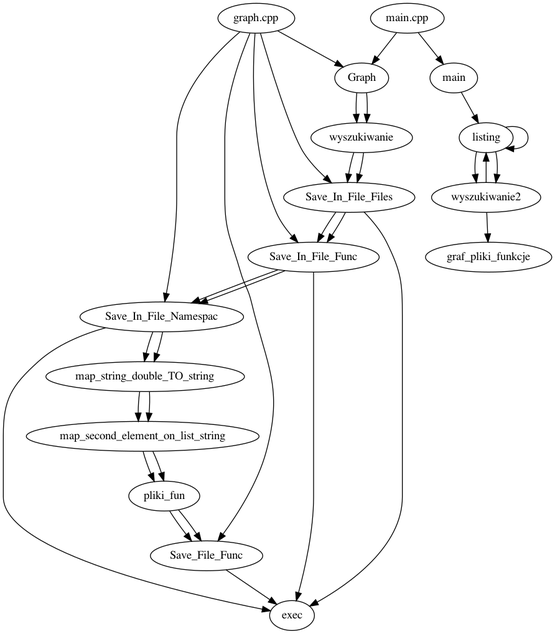
Earlier version of the Graphviz export folder/pliki_funkcje.dot.png (ZychDev/Zak_Io_Project). Its source is kept beside it as folder/pliki_funkcje.dot.
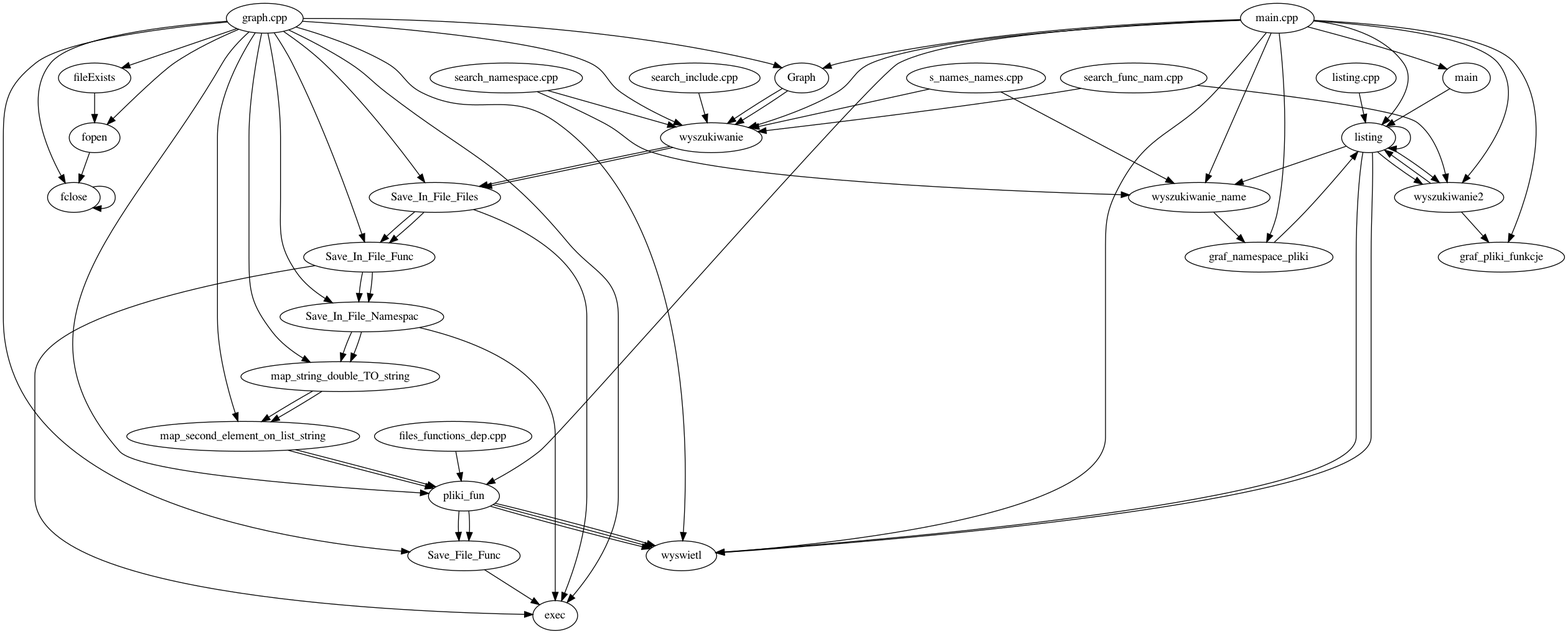
After the commit.

Change to the diagram source:
```diff
@@ -1,10 +1,36 @@
 digraph files_graph
 {
-"graph.cpp"->"Graph"
+"files_functions_dep.cpp"->"pliki_fun"
+->"wyswietl""graph.cpp"->"Graph"
 ->"wyszukiwanie"->"Save_In_File_Files"->"Save_In_File_Func"->"Save_In_File_Namespac"->"map_string_double_TO_string"->"map_second_element_on_list_string"->"pliki_fun"->"Save_File_Func""graph.cpp"->"Save_File_Func"
 ->"exec""graph.cpp"->"Save_In_File_Files"
 ->"exec""graph.cpp"->"Save_In_File_Func"
 ->"exec""graph.cpp"->"Save_In_File_Namespac"
-->"exec""main.cpp"->"Graph"
-->"wyszukiwanie"->"Save_In_File_Files"->"Save_In_File_Func"->"Save_In_File_Namespac"->"map_string_double_TO_string"->"map_second_element_on_list_string"->"pliki_fun"->"Save_File_Func""main.cpp"->"main"
-->"listing"->"listing"->"wyszukiwanie2"->"listing"->"wyszukiwanie2"->"graf_pliki_funkcje"}
+->"exec""graph.cpp"->"exec"
+"graph.cpp"->"fclose"
+"graph.cpp"->"fileExists"
+->"fopen"->"fclose"->"fclose""graph.cpp"->"fopen"
+"graph.cpp"->"map_second_element_on_list_string"
+"graph.cpp"->"map_string_double_TO_string"
+"graph.cpp"->"pliki_fun"
+->"wyswietl""graph.cpp"->"wyswietl"
+"graph.cpp"->"wyszukiwanie"
+"listing.cpp"->"listing"
+->"wyswietl""main.cpp"->"Graph"
+->"wyszukiwanie"->"Save_In_File_Files"->"Save_In_File_Func"->"Save_In_File_Namespac"->"map_string_double_TO_string"->"map_second_element_on_list_string"->"pliki_fun"->"Save_File_Func""main.cpp"->"graf_namespace_pliki"
+"main.cpp"->"graf_pliki_funkcje"
+"main.cpp"->"listing"
+->"wyswietl""main.cpp"->"main"
+->"listing"->"listing"->"wyszukiwanie_name"->"graf_namespace_pliki"->"listing"->"wyszukiwanie2"->"listing"->"wyszukiwanie2"->"graf_pliki_funkcje""main.cpp"->"pliki_fun"
+->"wyswietl""main.cpp"->"wyswietl"
+"main.cpp"->"wyszukiwanie"
+"main.cpp"->"wyszukiwanie2"
+"main.cpp"->"wyszukiwanie_name"
+"s_names_names.cpp"->"wyszukiwanie"
+"s_names_names.cpp"->"wyszukiwanie_name"
+"search_func_nam.cpp"->"wyszukiwanie"
+"search_func_nam.cpp"->"wyszukiwanie2"
+"search_include.cpp"->"wyszukiwanie"
+"search_namespace.cpp"->"wyszukiwanie"
+"search_namespace.cpp"->"wyszukiwanie_name"
+}
```
